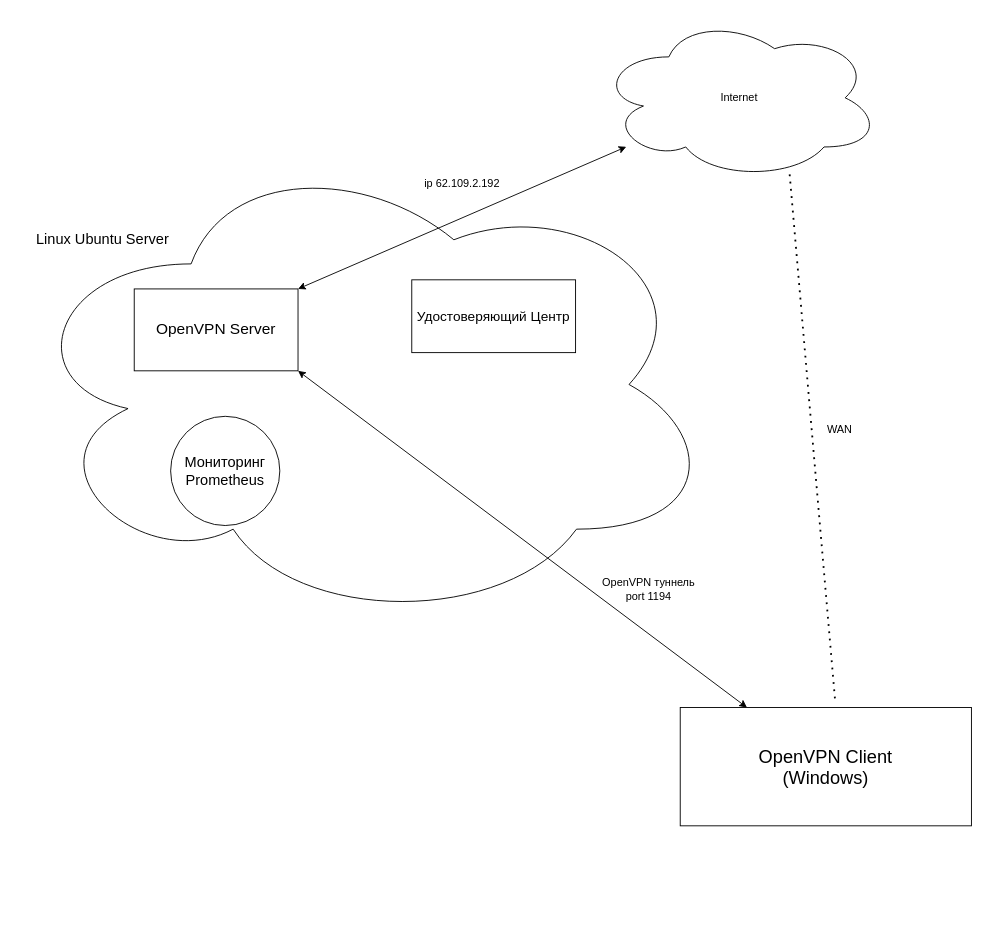
This is инфраструктура.drawio from parasky-john/skillbox, a draw.io file, before an edit. Source tidied: cells renumbered, new cells numbered last; positions are measured from the earlier drawing's top-left corner, leaving out a move shared by most shapes. Both pictures are drawn from the tidied source at 91%, with x=0, y=0 at pixel (15, 15).
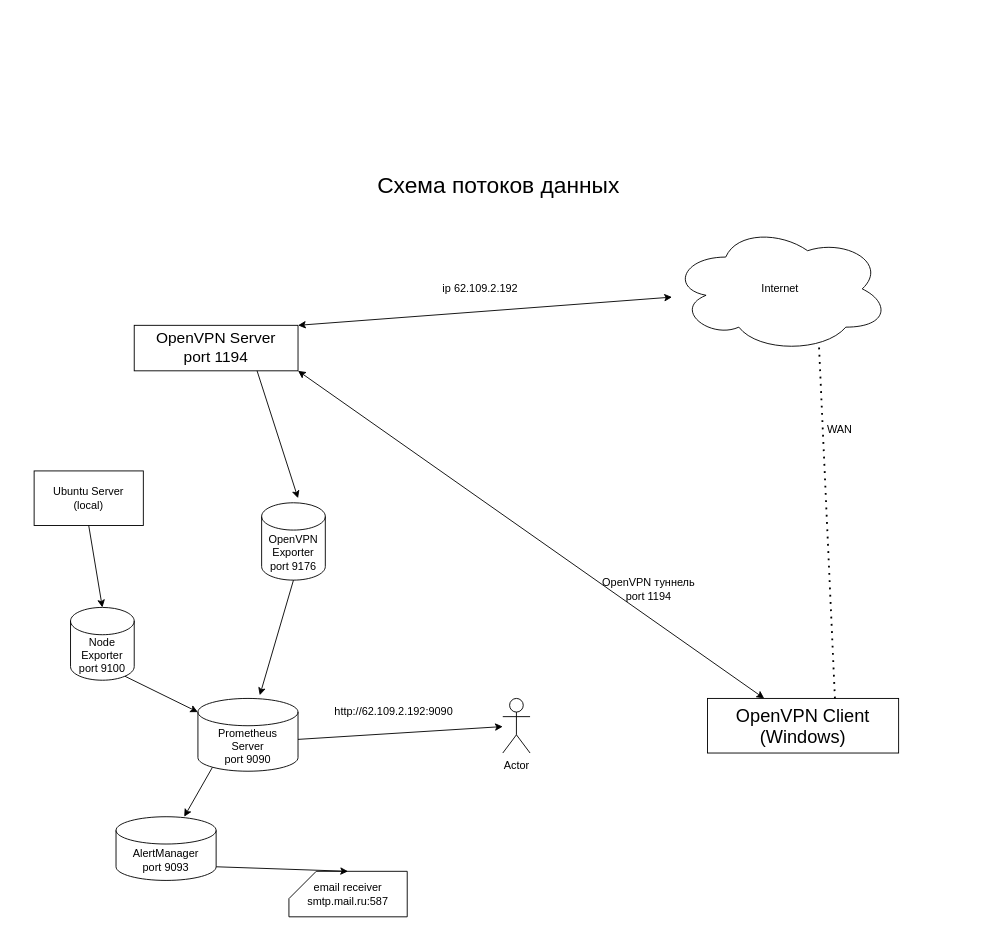
After the change.

Commit message:
Схема потоков данных.drawio

Change to the diagram source:
```diff
@@
-    <mxCell id="2" style="ellipse;shape=cloud;whiteSpace=wrap;html=1;" parent="1" vertex="1">
-      <mxGeometry y="140" width="770" height="530" as="geometry" />
-    </mxCell>
     <mxCell id="3" value="&lt;font style=&quot;font-size: 20px;&quot;&gt;OpenVPN Client&lt;br&gt;(Windows)&lt;br&gt;&lt;/font&gt;" style="rounded=0;whiteSpace=wrap;html=1;" parent="1" vertex="1">
-      <mxGeometry x="730" y="760" width="320" height="130" as="geometry" />
+      <mxGeometry x="760" y="750" width="210" height="60" as="geometry" />
     </mxCell>
-    <mxCell id="4" value="&lt;font style=&quot;font-size: 17px;&quot;&gt;OpenVPN Server&lt;/font&gt;" style="rounded=0;whiteSpace=wrap;html=1;" parent="1" vertex="1">
-      <mxGeometry x="130" y="300" width="180" height="90" as="geometry" />
+    <mxCell id="4" value="&lt;font style=&quot;font-size: 17px;&quot;&gt;OpenVPN Server&lt;br&gt;port 1194&lt;br&gt;&lt;/font&gt;" style="rounded=0;whiteSpace=wrap;html=1;" parent="1" vertex="1">
+      <mxGeometry x="130" y="340" width="180" height="50" as="geometry" />
     </mxCell>
-    <mxCell id="5" value="&lt;font style=&quot;font-size: 15px;&quot;&gt;Удостоверяющий Центр&lt;/font&gt;" style="rounded=0;whiteSpace=wrap;html=1;" parent="1" vertex="1">
-      <mxGeometry x="435" y="290" width="180" height="80" as="geometry" />
-    </mxCell>
-    <mxCell id="6" value="&lt;font style=&quot;font-size: 16px;&quot;&gt;Мониторинг Prometheus&lt;/font&gt;" style="ellipse;whiteSpace=wrap;html=1;" parent="1" vertex="1">
-      <mxGeometry x="170" y="440" width="120" height="120" as="geometry" />
-    </mxCell>
-    <mxCell id="7" value="&lt;font style=&quot;font-size: 16px;&quot;&gt;Linux Ubuntu Server&lt;/font&gt;" style="text;html=1;align=center;verticalAlign=middle;strokeColor=none;fillColor=none;" parent="1" vertex="1">
-      <mxGeometry x="10" y="230" width="170" height="30" as="geometry" />
-    </mxCell>
     <mxCell id="8" value="ip&amp;nbsp;62.109.2.192" style="text;html=1;align=center;verticalAlign=middle;strokeColor=none;fillColor=none;" parent="1" vertex="1">
-      <mxGeometry x="435" y="170" width="110" height="30" as="geometry" />
+      <mxGeometry x="455" y="285" width="110" height="30" as="geometry" />
     </mxCell>
@@
     <mxCell id="11" value="Internet" style="ellipse;shape=cloud;whiteSpace=wrap;html=1;" parent="1" vertex="1">
-      <mxGeometry x="640" width="310" height="180" as="geometry" />
+      <mxGeometry x="720" y="230" width="240" height="140" as="geometry" />
     </mxCell>
-    <mxCell id="12" style="endArrow=classic;startArrow=classic;html=1;rounded=0;" parent="1" edge="1" target="11">
-      <mxGeometry relative="1" as="geometry">
-        <mxPoint x="310" y="300" as="sourcePoint" />
-      </mxGeometry>
+    <mxCell id="12" style="endArrow=classic;startArrow=classic;html=1;rounded=0;exitX=1;exitY=0;exitDx=0;exitDy=0;" parent="1" edge="1" source="4" target="11">
+      <mxGeometry relative="1" as="geometry" />
     </mxCell>
@@
+    <mxCell id="15" value="Prometheus&lt;br&gt;Server&lt;br&gt;port 9090" style="shape=cylinder3;whiteSpace=wrap;html=1;boundedLbl=1;backgroundOutline=1;size=15;" parent="1" vertex="1">
+      <mxGeometry x="200" y="750" width="110" height="80" as="geometry" />
+    </mxCell>
+    <mxCell id="16" value="Node Exporter&lt;br&gt;port 9100" style="shape=cylinder3;whiteSpace=wrap;html=1;boundedLbl=1;backgroundOutline=1;size=15;" parent="1" vertex="1">
+      <mxGeometry x="60" y="650" width="70" height="80" as="geometry" />
+    </mxCell>
+    <mxCell id="17" value="OpenVPN Exporter&lt;br&gt;port 9176" style="shape=cylinder3;whiteSpace=wrap;html=1;boundedLbl=1;backgroundOutline=1;size=15;" parent="1" vertex="1">
+      <mxGeometry x="270" y="535" width="70" height="85" as="geometry" />
+    </mxCell>
+    <mxCell id="18" value="AlertManager&lt;br&gt;port 9093" style="shape=cylinder3;whiteSpace=wrap;html=1;boundedLbl=1;backgroundOutline=1;size=15;" parent="1" vertex="1">
+      <mxGeometry x="110" y="880" width="110" height="70" as="geometry" />
+    </mxCell>
+    <mxCell id="19" value="Actor" style="shape=umlActor;verticalLabelPosition=bottom;verticalAlign=top;html=1;outlineConnect=0;" parent="1" vertex="1">
+      <mxGeometry x="535" y="750" width="30" height="60" as="geometry" />
+    </mxCell>
+    <mxCell id="20" style="endArrow=classic;html=1;rounded=0;exitX=0.75;exitY=1;exitDx=0;exitDy=0;" parent="1" edge="1" source="4">
+      <mxGeometry relative="1" as="geometry">
+        <mxPoint x="310" y="530" as="targetPoint" />
+      </mxGeometry>
+    </mxCell>
+    <mxCell id="21" value="Ubuntu Server&lt;br&gt;(local)" style="rounded=0;whiteSpace=wrap;html=1;" parent="1" vertex="1">
+      <mxGeometry x="20" y="500" width="120" height="60" as="geometry" />
+    </mxCell>
+    <mxCell id="22" style="endArrow=classic;html=1;rounded=0;entryX=0.5;entryY=0;entryDx=0;entryDy=0;entryPerimeter=0;exitX=0.5;exitY=1;exitDx=0;exitDy=0;" parent="1" edge="1" source="21" target="16">
+      <mxGeometry relative="1" as="geometry" />
+    </mxCell>
+    <mxCell id="23" style="endArrow=classic;html=1;rounded=0;exitX=0.855;exitY=1;exitDx=0;exitDy=-4.35;exitPerimeter=0;entryX=0;entryY=0;entryDx=0;entryDy=15;entryPerimeter=0;" parent="1" edge="1" source="16" target="15">
+      <mxGeometry relative="1" as="geometry" />
+    </mxCell>
+    <mxCell id="24" style="endArrow=classic;html=1;rounded=0;exitX=0.5;exitY=1;exitDx=0;exitDy=0;exitPerimeter=0;entryX=0.618;entryY=-0.043;entryDx=0;entryDy=0;entryPerimeter=0;" parent="1" edge="1" source="17" target="15">
+      <mxGeometry relative="1" as="geometry" />
+    </mxCell>
+    <mxCell id="25" style="endArrow=classic;html=1;rounded=0;exitX=0.145;exitY=1;exitDx=0;exitDy=-4.35;exitPerimeter=0;" parent="1" edge="1" source="15" target="18">
+      <mxGeometry relative="1" as="geometry" />
+    </mxCell>
+    <mxCell id="26" value="email receiver&lt;br&gt;smtp.mail.ru:587" style="shape=card;whiteSpace=wrap;html=1;" parent="1" vertex="1">
+      <mxGeometry x="300" y="940" width="130" height="50" as="geometry" />
+    </mxCell>
+    <mxCell id="27" style="endArrow=classic;html=1;rounded=0;exitX=1;exitY=1;exitDx=0;exitDy=-15;exitPerimeter=0;entryX=0.5;entryY=0;entryDx=0;entryDy=0;entryPerimeter=0;" parent="1" edge="1" source="18" target="26">
+      <mxGeometry relative="1" as="geometry" />
+    </mxCell>
+    <mxCell id="28" style="endArrow=classic;html=1;rounded=0;exitX=1;exitY=0;exitDx=0;exitDy=45;exitPerimeter=0;" parent="1" edge="1" source="15" target="19">
+      <mxGeometry relative="1" as="geometry" />
+    </mxCell>
+    <mxCell id="29" style="edgeStyle=orthogonalEdgeStyle;rounded=0;orthogonalLoop=1;jettySize=auto;html=1;exitX=0.5;exitY=1;exitDx=0;exitDy=0;" parent="1" edge="1" source="4" target="4">
+      <mxGeometry relative="1" as="geometry" />
+    </mxCell>
+    <mxCell id="30" value="http://62.109.2.192:9090" style="text;html=1;align=center;verticalAlign=middle;strokeColor=none;fillColor=none;" parent="1" vertex="1">
+      <mxGeometry x="340" y="750" width="150" height="30" as="geometry" />
+    </mxCell>
+    <mxCell id="31" value="&lt;font style=&quot;font-size: 25px;&quot;&gt;Схема потоков данных&lt;/font&gt;" style="text;html=1;align=center;verticalAlign=middle;strokeColor=none;fillColor=none;" parent="1" vertex="1">
+      <mxGeometry x="385" y="165" width="290" height="40" as="geometry" />
+    </mxCell>
```
